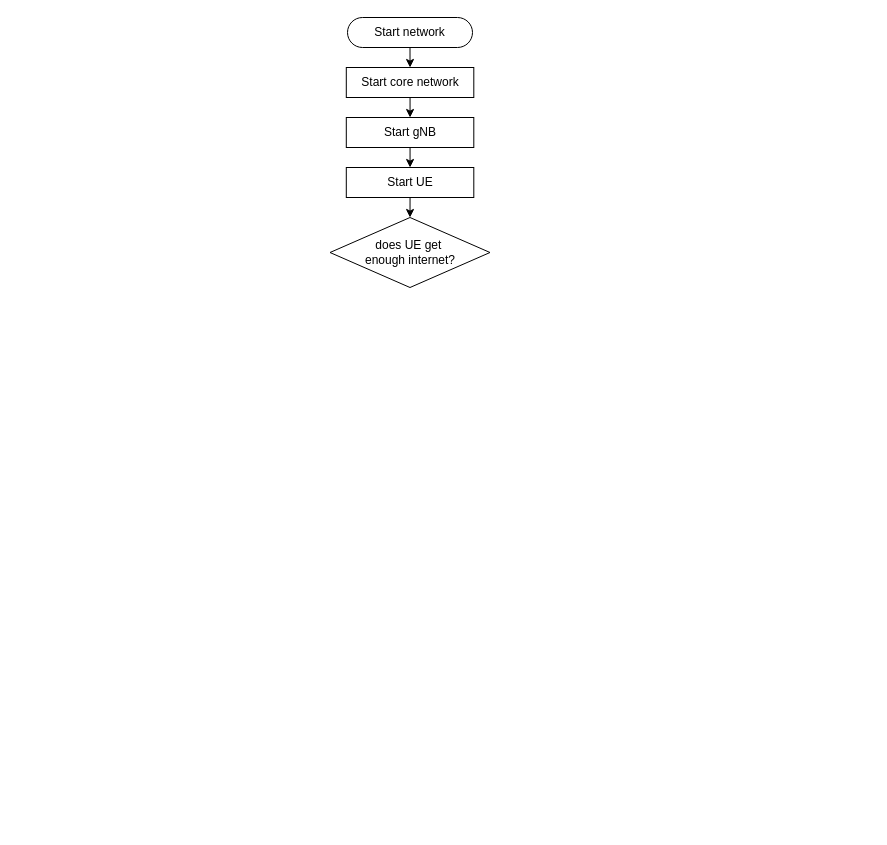
pchat-imm/IQ_constellation keeps this draw.io diagram as IQ_constellation.drawio. Above is the earlier version. Source tidied: cells renumbered, new cells numbered last; positions are measured from the earlier drawing's top-left corner, leaving out a move shared by most shapes. Both pictures are drawn from the tidied source at 100%, with x=0, y=0 at pixel (329, 17).
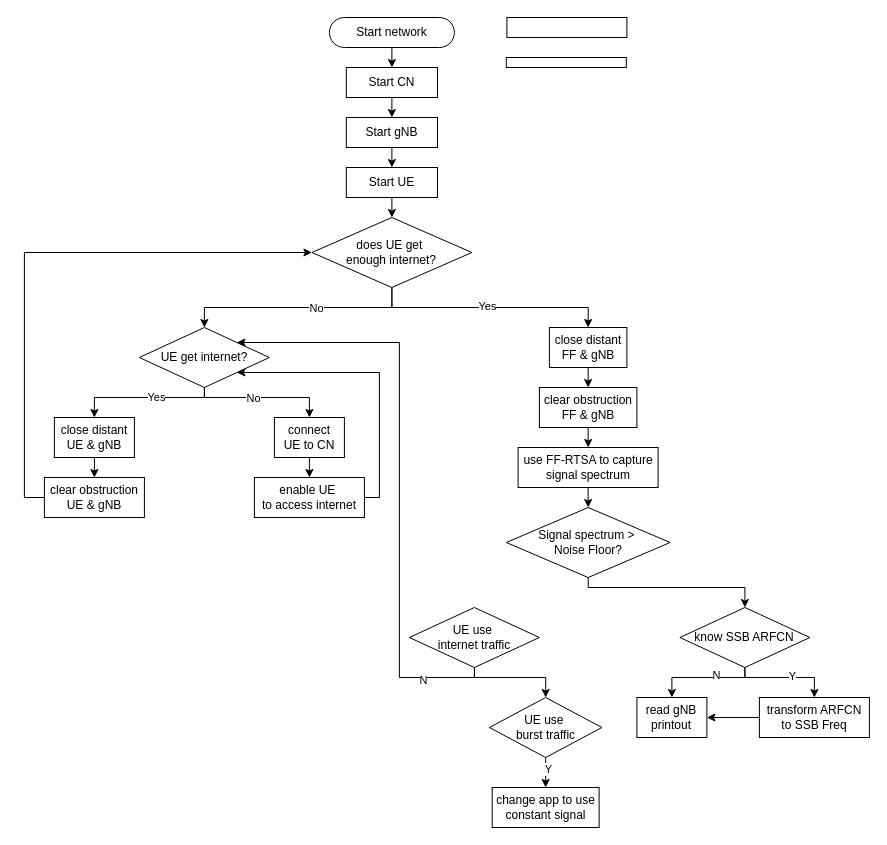
The same page after the edit.

Diff of the diagram source:
```diff
@@
     <mxCell id="3" value="Start network" style="html=1;dashed=0;whiteSpace=wrap;shape=mxgraph.dfd.start;" parent="1" vertex="1">
-      <mxGeometry x="18" width="125" height="30" as="geometry" />
+      <mxGeometry x="-0.1" width="125" height="30" as="geometry" />
     </mxCell>
@@
-    <mxCell id="5" value="Start core network" style="html=1;dashed=0;whiteSpace=wrap;" parent="1" vertex="1">
-      <mxGeometry x="16.8" y="50" width="127.5" height="30" as="geometry" />
+    <mxCell id="5" value="Start CN" style="html=1;dashed=0;whiteSpace=wrap;" parent="1" vertex="1">
+      <mxGeometry x="16.8" y="50" width="91.2" height="30" as="geometry" />
     </mxCell>
@@
     <mxCell id="7" value="Start gNB" style="html=1;dashed=0;whiteSpace=wrap;" parent="1" vertex="1">
-      <mxGeometry x="16.8" y="100" width="127.5" height="30" as="geometry" />
+      <mxGeometry x="16.8" y="100" width="91.2" height="30" as="geometry" />
     </mxCell>
@@
     <mxCell id="9" value="Start UE" style="html=1;dashed=0;whiteSpace=wrap;" parent="1" vertex="1">
-      <mxGeometry x="16.8" y="150" width="127.5" height="30" as="geometry" />
+      <mxGeometry x="16.8" y="150" width="91.2" height="30" as="geometry" />
     </mxCell>
+    <mxCell id="11" style="edgeStyle=orthogonalEdgeStyle;rounded=0;jettySize=auto;html=1;exitX=0.5;exitY=1;exitDx=0;exitDy=0;entryX=0.5;entryY=0;entryDx=0;entryDy=0;" parent="1" edge="1" source="10" target="25">
+      <mxGeometry relative="1" as="geometry" />
+    </mxCell>
+    <mxCell id="12" value="No" style="edgeLabel;html=1;align=center;verticalAlign=middle;" parent="11" vertex="1">
+      <mxGeometry x="-0.16" relative="1" as="geometry" />
+    </mxCell>
+    <mxCell id="13" style="edgeStyle=orthogonalEdgeStyle;rounded=0;jettySize=auto;html=1;exitX=0.5;exitY=1;exitDx=0;exitDy=0;entryX=0.5;entryY=0;entryDx=0;entryDy=0;" parent="1" edge="1" source="10" target="16">
+      <mxGeometry relative="1" as="geometry" />
+    </mxCell>
+    <mxCell id="14" value="Yes" style="edgeLabel;html=1;align=center;verticalAlign=middle;" parent="13" vertex="1">
+      <mxGeometry x="-0.03" y="2" relative="1" as="geometry" />
+    </mxCell>
     <mxCell id="10" value="&lt;div&gt;does UE get&amp;nbsp;&lt;/div&gt;&lt;div&gt;enough internet?&lt;/div&gt;" style="shape=rhombus;html=1;dashed=0;whiteSpace=wrap;perimeter=rhombusPerimeter;" parent="1" vertex="1">
-      <mxGeometry x="0.5" y="200" width="160" height="70" as="geometry" />
+      <mxGeometry x="-17.6" y="200" width="160" height="70" as="geometry" />
     </mxCell>
+    <mxCell id="15" style="edgeStyle=orthogonalEdgeStyle;rounded=0;jettySize=auto;html=1;exitX=0.5;exitY=1;exitDx=0;exitDy=0;entryX=0.5;entryY=0;entryDx=0;entryDy=0;" parent="1" edge="1" source="16" target="18">
+      <mxGeometry relative="1" as="geometry" />
+    </mxCell>
+    <mxCell id="16" value="close distant FF &amp;amp; gNB" style="html=1;dashed=0;whiteSpace=wrap;" parent="1" vertex="1">
+      <mxGeometry x="219.9" y="310" width="77.5" height="40" as="geometry" />
+    </mxCell>
+    <mxCell id="17" style="edgeStyle=orthogonalEdgeStyle;rounded=0;jettySize=auto;html=1;exitX=0.5;exitY=1;exitDx=0;exitDy=0;" parent="1" edge="1" source="18" target="20">
+      <mxGeometry relative="1" as="geometry" />
+    </mxCell>
+    <mxCell id="18" value="clear obstruction FF &amp;amp; gNB" style="html=1;dashed=0;whiteSpace=wrap;" parent="1" vertex="1">
+      <mxGeometry x="209.9" y="370" width="97.5" height="40" as="geometry" />
+    </mxCell>
+    <mxCell id="19" style="edgeStyle=orthogonalEdgeStyle;rounded=0;jettySize=auto;html=1;exitX=0.5;exitY=1;exitDx=0;exitDy=0;entryX=0.5;entryY=0;entryDx=0;entryDy=0;" parent="1" edge="1" source="20" target="36">
+      <mxGeometry relative="1" as="geometry" />
+    </mxCell>
+    <mxCell id="20" value="use FF-RTSA to capture signal spectrum" style="html=1;dashed=0;whiteSpace=wrap;" parent="1" vertex="1">
+      <mxGeometry x="188.6" y="430" width="140" height="40" as="geometry" />
+    </mxCell>
+    <mxCell id="21" style="edgeStyle=orthogonalEdgeStyle;rounded=0;jettySize=auto;html=1;exitX=0.5;exitY=1;exitDx=0;exitDy=0;entryX=0.5;entryY=0;entryDx=0;entryDy=0;" parent="1" edge="1" source="25" target="27">
+      <mxGeometry relative="1" as="geometry">
+        <Array as="points">
+          <mxPoint x="-125.1" y="380" />
+          <mxPoint x="-235.1" y="380" />
+        </Array>
+      </mxGeometry>
+    </mxCell>
+    <mxCell id="22" value="Yes" style="edgeLabel;html=1;align=center;verticalAlign=middle;" parent="21" vertex="1">
+      <mxGeometry x="-0.17" y="-1" relative="1" as="geometry" />
+    </mxCell>
+    <mxCell id="23" style="edgeStyle=orthogonalEdgeStyle;rounded=0;jettySize=auto;html=1;exitX=0.5;exitY=1;exitDx=0;exitDy=0;entryX=0.5;entryY=0;entryDx=0;entryDy=0;" parent="1" edge="1" source="25" target="31">
+      <mxGeometry relative="1" as="geometry">
+        <Array as="points">
+          <mxPoint x="-125.1" y="380" />
+          <mxPoint x="-20.1" y="380" />
+        </Array>
+      </mxGeometry>
+    </mxCell>
+    <mxCell id="24" value="No" style="edgeLabel;html=1;align=center;verticalAlign=middle;" parent="23" vertex="1">
+      <mxGeometry x="-0.12" y="1" relative="1" as="geometry">
+        <mxPoint y="1" as="offset" />
+      </mxGeometry>
+    </mxCell>
+    <mxCell id="25" value="UE get internet?" style="shape=rhombus;html=1;dashed=0;whiteSpace=wrap;perimeter=rhombusPerimeter;" parent="1" vertex="1">
+      <mxGeometry x="-190.1" y="310" width="130" height="60" as="geometry" />
+    </mxCell>
+    <mxCell id="26" style="edgeStyle=orthogonalEdgeStyle;rounded=0;jettySize=auto;html=1;exitX=0.5;exitY=1;exitDx=0;exitDy=0;" parent="1" edge="1" source="27" target="29">
+      <mxGeometry relative="1" as="geometry" />
+    </mxCell>
+    <mxCell id="27" value="close distant UE &amp;amp; gNB" style="html=1;dashed=0;whiteSpace=wrap;" parent="1" vertex="1">
+      <mxGeometry x="-275.1" y="400" width="80" height="40" as="geometry" />
+    </mxCell>
+    <mxCell id="28" style="edgeStyle=orthogonalEdgeStyle;rounded=0;jettySize=auto;html=1;exitX=0;exitY=0.5;exitDx=0;exitDy=0;entryX=0;entryY=0.5;entryDx=0;entryDy=0;" parent="1" edge="1" source="29" target="10">
+      <mxGeometry relative="1" as="geometry" />
+    </mxCell>
+    <mxCell id="29" value="clear obstruction UE &amp;amp; gNB" style="html=1;dashed=0;whiteSpace=wrap;" parent="1" vertex="1">
+      <mxGeometry x="-285.1" y="460" width="100" height="40" as="geometry" />
+    </mxCell>
+    <mxCell id="30" style="edgeStyle=orthogonalEdgeStyle;rounded=0;jettySize=auto;html=1;exitX=0.5;exitY=1;exitDx=0;exitDy=0;entryX=0.5;entryY=0;entryDx=0;entryDy=0;" parent="1" edge="1" source="31" target="33">
+      <mxGeometry relative="1" as="geometry" />
+    </mxCell>
+    <mxCell id="31" value="&lt;div&gt;connect&lt;/div&gt;&lt;div&gt;UE to CN&lt;/div&gt;" style="html=1;dashed=0;whiteSpace=wrap;" parent="1" vertex="1">
+      <mxGeometry x="-55.1" y="400" width="70" height="40" as="geometry" />
+    </mxCell>
+    <mxCell id="32" style="edgeStyle=orthogonalEdgeStyle;rounded=0;jettySize=auto;html=1;exitX=1;exitY=0.5;exitDx=0;exitDy=0;entryX=1;entryY=1;entryDx=0;entryDy=0;" parent="1" edge="1" source="33" target="25">
+      <mxGeometry relative="1" as="geometry">
+        <Array as="points">
+          <mxPoint x="49.9" y="480" />
+          <mxPoint x="49.9" y="355" />
+        </Array>
+      </mxGeometry>
+    </mxCell>
+    <mxCell id="33" value="&lt;div&gt;enable UE&amp;nbsp;&lt;/div&gt;&lt;div&gt;to access internet&lt;/div&gt;" style="html=1;dashed=0;whiteSpace=wrap;" parent="1" vertex="1">
+      <mxGeometry x="-75.1" y="460" width="110" height="40" as="geometry" />
+    </mxCell>
+    <mxCell id="34" style="rounded=0;whiteSpace=wrap;html=1;" parent="1" vertex="1">
+      <mxGeometry x="177.4" width="120" height="20" as="geometry" />
+    </mxCell>
+    <mxCell id="35" style="edgeStyle=orthogonalEdgeStyle;rounded=0;jettySize=auto;html=1;exitX=0.5;exitY=1;exitDx=0;exitDy=0;entryX=0.5;entryY=0;entryDx=0;entryDy=0;" parent="1" edge="1" source="36" target="41">
+      <mxGeometry relative="1" as="geometry">
+        <Array as="points">
+          <mxPoint x="258.9" y="570" />
+          <mxPoint x="415.9" y="570" />
+        </Array>
+      </mxGeometry>
+    </mxCell>
+    <mxCell id="36" value="&lt;div&gt;Signal spectrum &amp;gt;&amp;nbsp;&lt;/div&gt;&lt;div&gt;Noise Floor?&lt;/div&gt;" style="shape=rhombus;html=1;dashed=0;whiteSpace=wrap;perimeter=rhombusPerimeter;" parent="1" vertex="1">
+      <mxGeometry x="176.8" y="490" width="163.8" height="70" as="geometry" />
+    </mxCell>
+    <mxCell id="37" style="edgeStyle=orthogonalEdgeStyle;rounded=0;jettySize=auto;html=1;exitX=0.5;exitY=1;exitDx=0;exitDy=0;entryX=0.5;entryY=0;entryDx=0;entryDy=0;" parent="1" edge="1" source="41" target="44">
+      <mxGeometry relative="1" as="geometry">
+        <Array as="points">
+          <mxPoint x="415.9" y="660" />
+          <mxPoint x="342.9" y="660" />
+        </Array>
+      </mxGeometry>
+    </mxCell>
+    <mxCell id="38" value="N" style="edgeLabel;html=1;align=center;verticalAlign=middle;" parent="37" vertex="1">
+      <mxGeometry x="-0.25" y="-3" relative="1" as="geometry" />
+    </mxCell>
+    <mxCell id="39" style="edgeStyle=orthogonalEdgeStyle;rounded=0;jettySize=auto;html=1;exitX=0.5;exitY=1;exitDx=0;exitDy=0;" parent="1" edge="1" source="41" target="43">
+      <mxGeometry relative="1" as="geometry">
+        <Array as="points">
+          <mxPoint x="415.9" y="660" />
+          <mxPoint x="484.9" y="660" />
+        </Array>
+      </mxGeometry>
+    </mxCell>
+    <mxCell id="40" value="Y" style="edgeLabel;html=1;align=center;verticalAlign=middle;" parent="39" vertex="1">
+      <mxGeometry x="0.14" y="2" relative="1" as="geometry" />
+    </mxCell>
+    <mxCell id="41" value="know SSB ARFCN" style="shape=rhombus;html=1;dashed=0;whiteSpace=wrap;perimeter=rhombusPerimeter;" parent="1" vertex="1">
+      <mxGeometry x="350.4" y="590" width="130" height="60" as="geometry" />
+    </mxCell>
+    <mxCell id="42" style="edgeStyle=orthogonalEdgeStyle;rounded=0;jettySize=auto;html=1;exitX=0;exitY=0.5;exitDx=0;exitDy=0;entryX=1;entryY=0.5;entryDx=0;entryDy=0;" parent="1" edge="1" source="43" target="44">
+      <mxGeometry relative="1" as="geometry" />
+    </mxCell>
+    <mxCell id="43" value="transform ARFCN to SSB Freq" style="html=1;dashed=0;whiteSpace=wrap;" parent="1" vertex="1">
+      <mxGeometry x="429.9" y="680" width="110" height="40" as="geometry" />
+    </mxCell>
+    <mxCell id="44" value="read gNB printout" style="html=1;dashed=0;whiteSpace=wrap;" parent="1" vertex="1">
+      <mxGeometry x="307.4" y="680" width="70" height="40" as="geometry" />
+    </mxCell>
+    <mxCell id="45" style="rounded=0;whiteSpace=wrap;html=1;" parent="1" vertex="1">
+      <mxGeometry x="176.8" y="40" width="120" height="10" as="geometry" />
+    </mxCell>
+    <mxCell id="46" style="edgeStyle=orthogonalEdgeStyle;rounded=0;jettySize=auto;html=1;exitX=0.5;exitY=1;exitDx=0;exitDy=0;entryX=1;entryY=0;entryDx=0;entryDy=0;" parent="1" edge="1" source="49" target="25">
+      <mxGeometry relative="1" as="geometry">
+        <Array as="points">
+          <mxPoint x="144.9" y="660" />
+          <mxPoint x="69.9" y="660" />
+          <mxPoint x="69.9" y="325" />
+        </Array>
+      </mxGeometry>
+    </mxCell>
+    <mxCell id="47" value="N" style="edgeLabel;html=1;align=center;verticalAlign=middle;" parent="46" vertex="1">
+      <mxGeometry x="-0.79" y="2" relative="1" as="geometry" />
+    </mxCell>
+    <mxCell id="48" style="edgeStyle=orthogonalEdgeStyle;rounded=0;jettySize=auto;html=1;exitX=0.5;exitY=1;exitDx=0;exitDy=0;entryX=0.5;entryY=0;entryDx=0;entryDy=0;" parent="1" edge="1" source="49" target="52">
+      <mxGeometry relative="1" as="geometry">
+        <Array as="points">
+          <mxPoint x="144.9" y="660" />
+          <mxPoint x="215.9" y="660" />
+        </Array>
+      </mxGeometry>
+    </mxCell>
+    <mxCell id="49" value="&lt;div&gt;UE use&amp;nbsp;&lt;/div&gt;&lt;div&gt;internet traffic&lt;/div&gt;" style="shape=rhombus;html=1;dashed=0;whiteSpace=wrap;perimeter=rhombusPerimeter;" parent="1" vertex="1">
+      <mxGeometry x="79.9" y="590" width="130" height="60" as="geometry" />
+    </mxCell>
+    <mxCell id="50" style="edgeStyle=orthogonalEdgeStyle;rounded=0;jettySize=auto;html=1;exitX=0.5;exitY=1;exitDx=0;exitDy=0;entryX=0.5;entryY=0;entryDx=0;entryDy=0;" parent="1" edge="1" source="52" target="53">
+      <mxGeometry relative="1" as="geometry" />
+    </mxCell>
+    <mxCell id="51" value="Y" style="edgeLabel;html=1;align=center;verticalAlign=middle;" parent="50" vertex="1">
+      <mxGeometry x="-0.3" y="2" relative="1" as="geometry" />
+    </mxCell>
+    <mxCell id="52" value="&lt;div&gt;UE use&amp;nbsp;&lt;/div&gt;&lt;div&gt;burst traffic&lt;/div&gt;" style="shape=rhombus;html=1;dashed=0;whiteSpace=wrap;perimeter=rhombusPerimeter;" parent="1" vertex="1">
+      <mxGeometry x="159.9" y="680" width="112.5" height="60" as="geometry" />
+    </mxCell>
+    <mxCell id="53" value="change app to use constant signal" style="html=1;dashed=0;whiteSpace=wrap;" parent="1" vertex="1">
+      <mxGeometry x="162.7" y="770" width="106.9" height="40" as="geometry" />
+    </mxCell>
```
